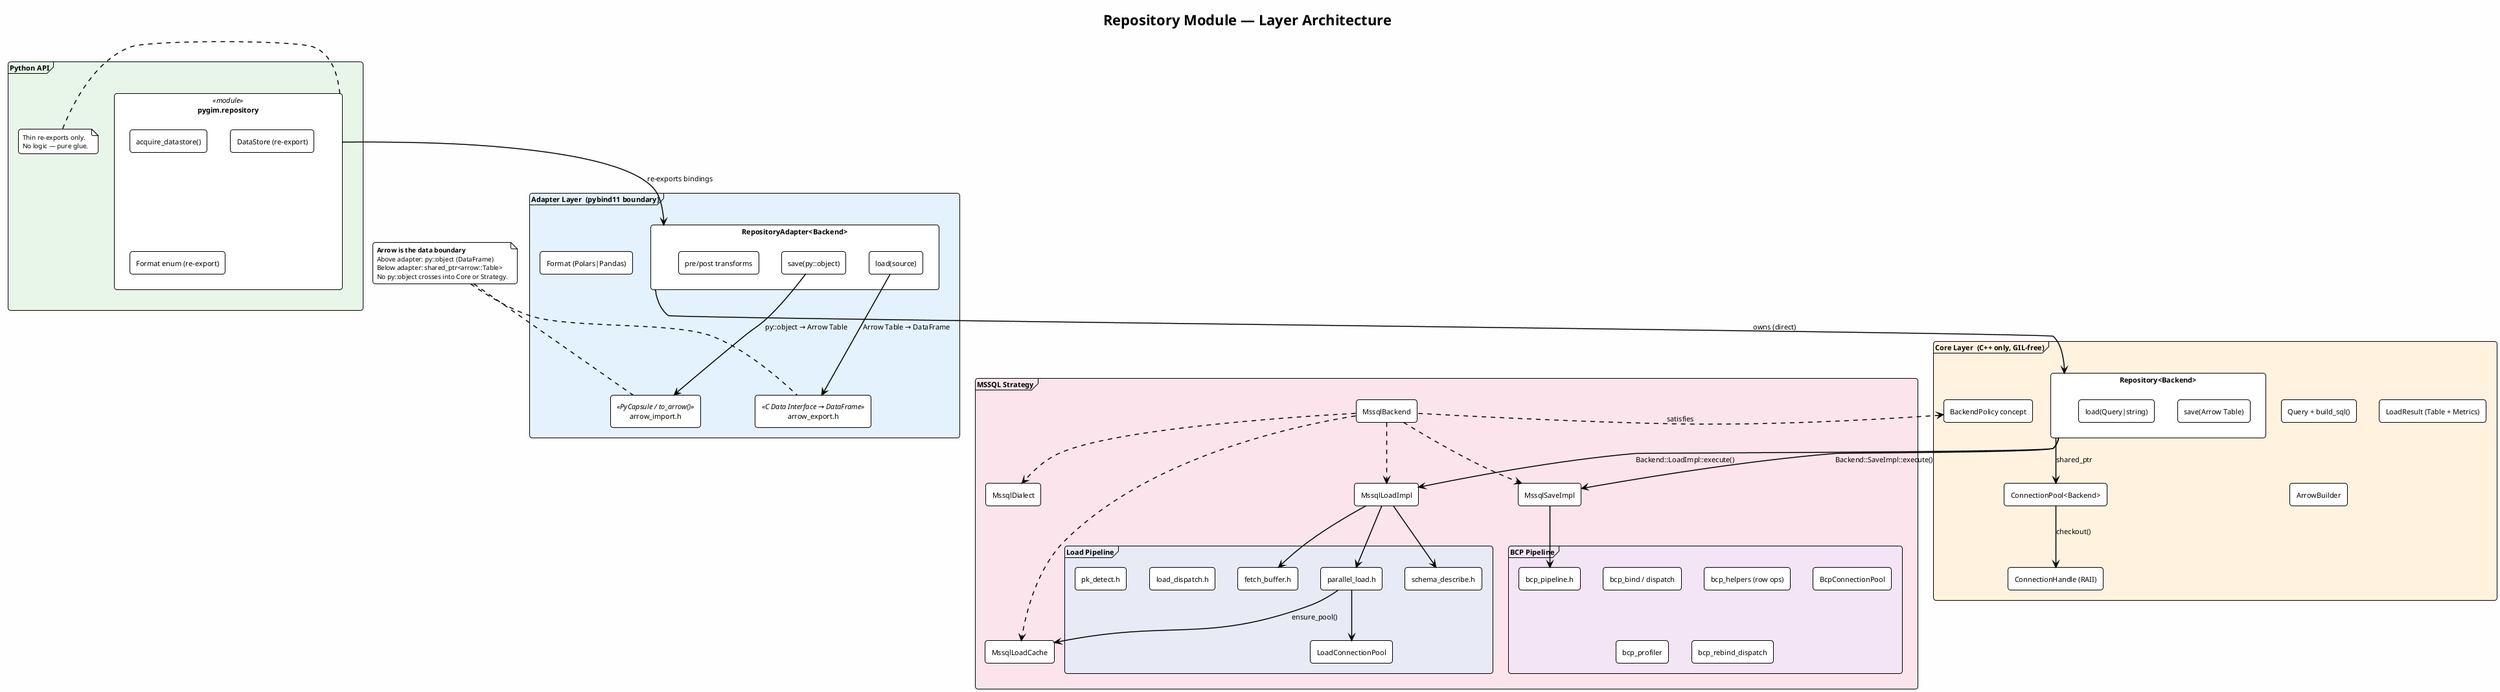
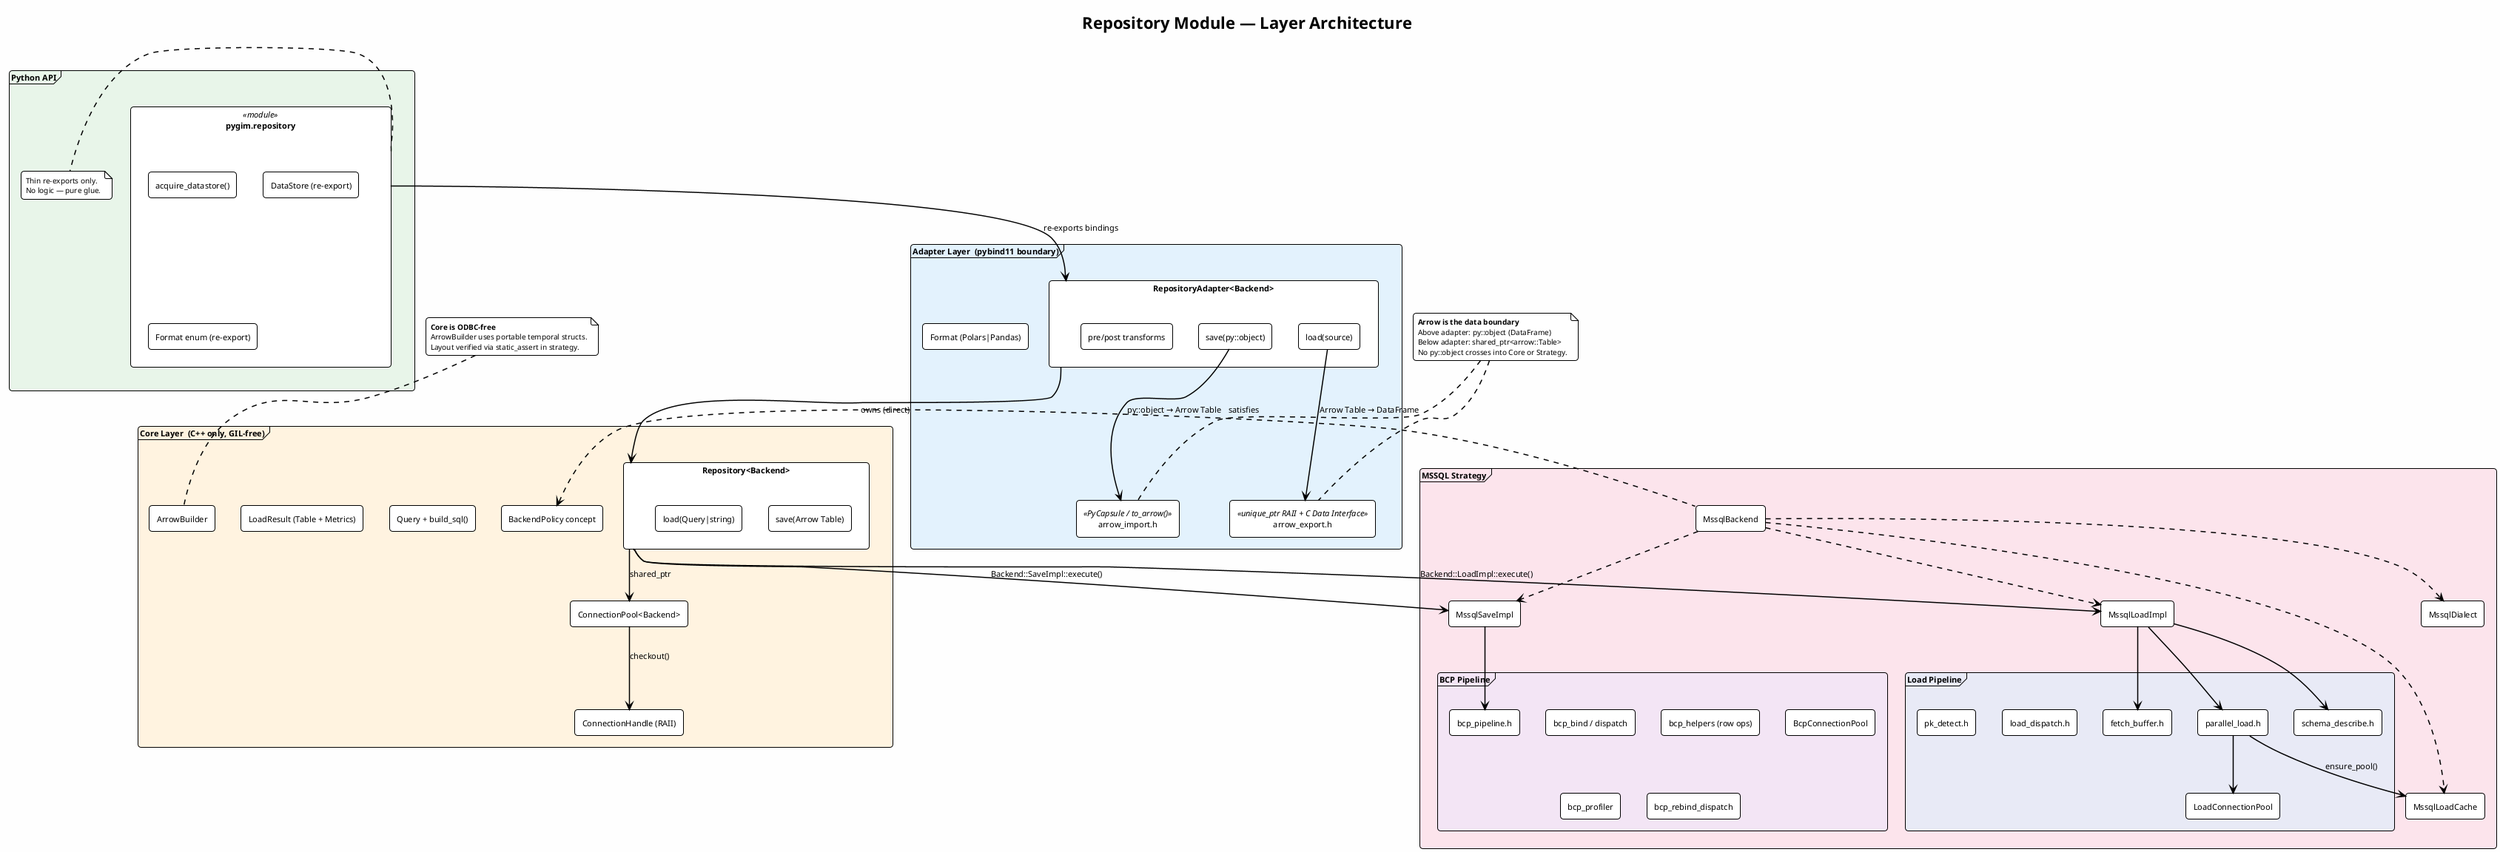
@startuml repository_abstract_architecture
!theme plain
skinparam backgroundColor #FEFEFE
skinparam componentStyle rectangle
skinparam defaultFontName Consolas
skinparam defaultFontSize 11
skinparam shadowing false
skinparam roundCorner 8
skinparam packageStyle frame
skinparam noteFontSize 10
skinparam arrowThickness 1.5

title Repository Module — Layer Architecture

' ────────────────────────── Python Layer ──────────────────────────
package "Python API" as PY #E8F5E9 {
    component "pygim.repository" as py_repo <<module>> {
        component "acquire_datastore()" as acquire
        component "DataStore (re-export)" as py_cls
        component "Format enum (re-export)" as py_fmt
    }
    note right of py_repo
      Thin re-exports only.
      No logic — pure glue.
    end note
}

' ────────────────────────── Adapter Layer ──────────────────────────
package "Adapter Layer  (pybind11 boundary)" as AD #E3F2FD {
    component "RepositoryAdapter<Backend>" as adapter {
        component "save(py::object)" as ad_save
        component "load(source)" as ad_load
        component "pre/post transforms" as hooks
    }
    component "arrow_import.h" as imp <<PyCapsule / to_arrow()>>
-     component "arrow_export.h" as exp <<C Data Interface → DataFrame>>
+     component "arrow_export.h" as exp <<unique_ptr RAII + C Data Interface>>
    component "Format (Polars|Pandas)" as fmt

    adapter -[hidden]down- imp
}

' ────────────────────────── Core Layer ──────────────────────────
package "Core Layer  (C++ only, GIL-free)" as CORE #FFF3E0 {
    component "Repository<Backend>" as repo {
        component "save(Arrow Table)" as c_save
        component "load(Query|string)" as c_load
    }
    component "ConnectionPool<Backend>" as pool
    component "ConnectionHandle (RAII)" as handle
    component "Query + build_sql()" as query
    component "BackendPolicy concept" as concept
    component "LoadResult (Table + Metrics)" as lr
    component "ArrowBuilder" as builder

    pool --> handle : checkout()
    repo --> pool : shared_ptr
}

' ────────────────────────── MSSQL Strategy ──────────────────────────
package "MSSQL Strategy" as MSSQL #FCE4EC {
    component "MssqlBackend" as backend
    component "MssqlSaveImpl" as save_impl
    component "MssqlLoadImpl" as load_impl
    component "MssqlDialect" as dialect
    component "MssqlLoadCache" as cache

    package "BCP Pipeline" as BCP #F3E5F5 {
        component "bcp_pipeline.h" as pipeline
        component "bcp_bind / dispatch" as bind
        component "bcp_helpers (row ops)" as helpers
        component "BcpConnectionPool" as bcp_pool
        component "bcp_profiler" as profiler
        component "bcp_rebind_dispatch" as rebind
    }

    package "Load Pipeline" as LOAD #E8EAF6 {
        component "parallel_load.h" as pload
        component "schema_describe.h" as schema
        component "fetch_buffer.h" as fbuf
        component "load_dispatch.h" as ldispatch
        component "pk_detect.h" as pk
        component "LoadConnectionPool" as lpool
    }

    backend ..> save_impl
    backend ..> load_impl
    backend ..> dialect
    backend ..> cache
    save_impl --> pipeline
    load_impl --> pload
    load_impl --> schema
    load_impl --> fbuf
    pload --> lpool
    pload --> cache : ensure_pool()
}

' ────────────────────────── Relationships ──────────────────────────
py_repo -down-> adapter : re-exports bindings
ad_save -down-> imp : py::object → Arrow Table
ad_load -down-> exp : Arrow Table → DataFrame
adapter -down-> repo : owns (direct)
repo -down-> save_impl : Backend::SaveImpl::execute()
repo -down-> load_impl : Backend::LoadImpl::execute()
backend .left.> concept : satisfies

' ────────────────────────── Data Boundary ──────────────────────────
note as N1
  **Arrow is the data boundary**
  Above adapter: py::object (DataFrame)
  Below adapter: shared_ptr<arrow::Table>
  No py::object crosses into Core or Strategy.
end note
N1 .. imp
N1 .. exp

+ note as N2
+   **Core is ODBC-free**
+   ArrowBuilder uses portable temporal structs.
+   Layout verified via static_assert in strategy.
+ end note
+ N2 .. builder
+ 
@enduml
